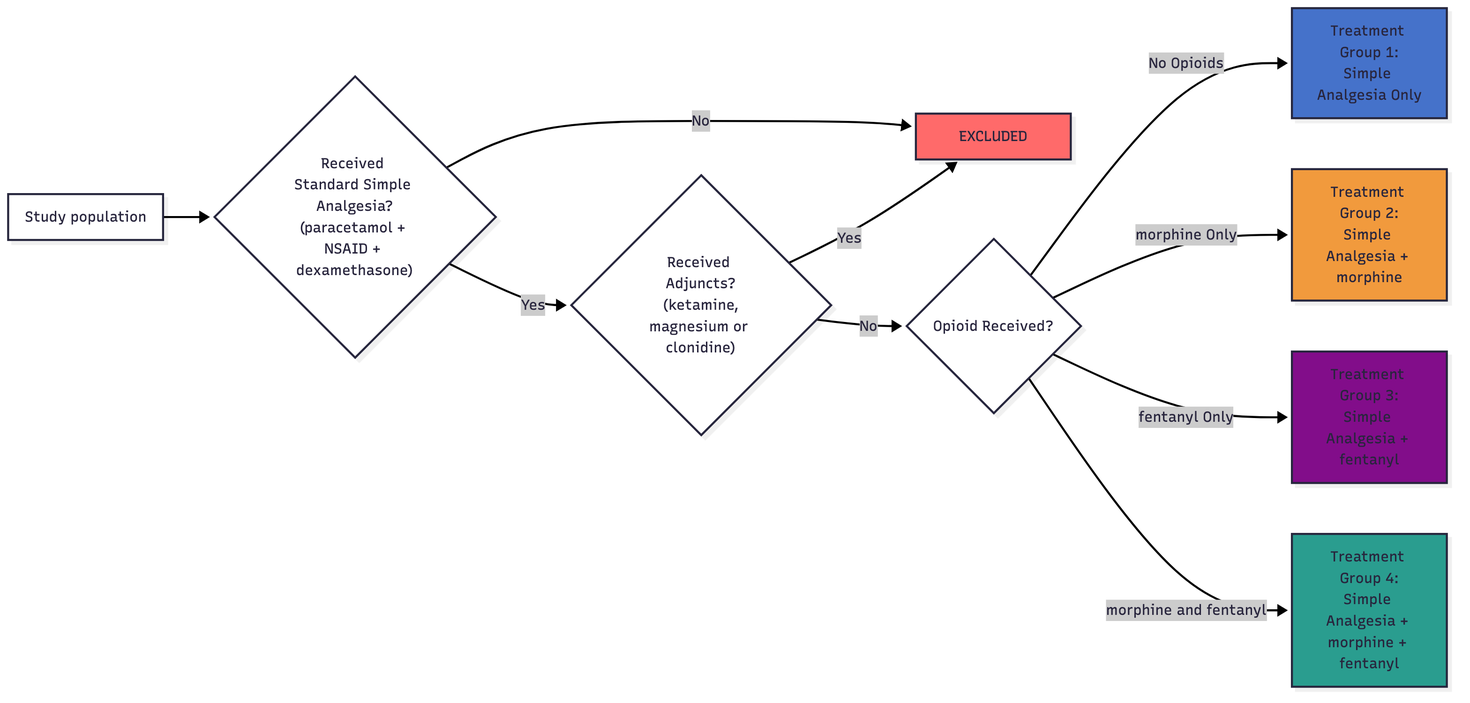
DW10/tonsillectomy_analgesia keeps this Mermaid diagram as figures/fig-mermaid-groups.png. Above is the earlier version. Its source is kept beside it as diagrams/fig-mermaid-groups.mmd. The source it was exported from:
```mermaid
---
config:
  theme: redux
  layout: dagre
---
flowchart LR

A["Study population"] --> B{"Received Standard Simple analgesia?<br>(paracetamol + NSAID + dexamethasone)"}

B -- No --> C["EXCLUDED"]

B -- Yes --> D{"Received Adjuncts?<br> (ketamine, magnesium or clonidine)"}

D -- Yes --> C

D -- No --> F{"Opioid Received?"}

F -- no opioids --> G["Treatment Group 1:<br>Simple analgesia only"]

F -- morphine only --> H["Treatment Group 2:<br>Simple analgesia + morphine"]

F -- fentanyl only --> I["Treatment Group 3:<br>Simple analgesia + fentanyl"]

F -- morphine and fentanyl --> J["Treatment Group 4:<br>Simple analgesia + morphine + fentanyl"]

style C fill:#ffbcbc
style G fill:#abc0e7
style H fill:#f9d2a8
style I fill:#c791ca
style J fill:#9fd3cd
```
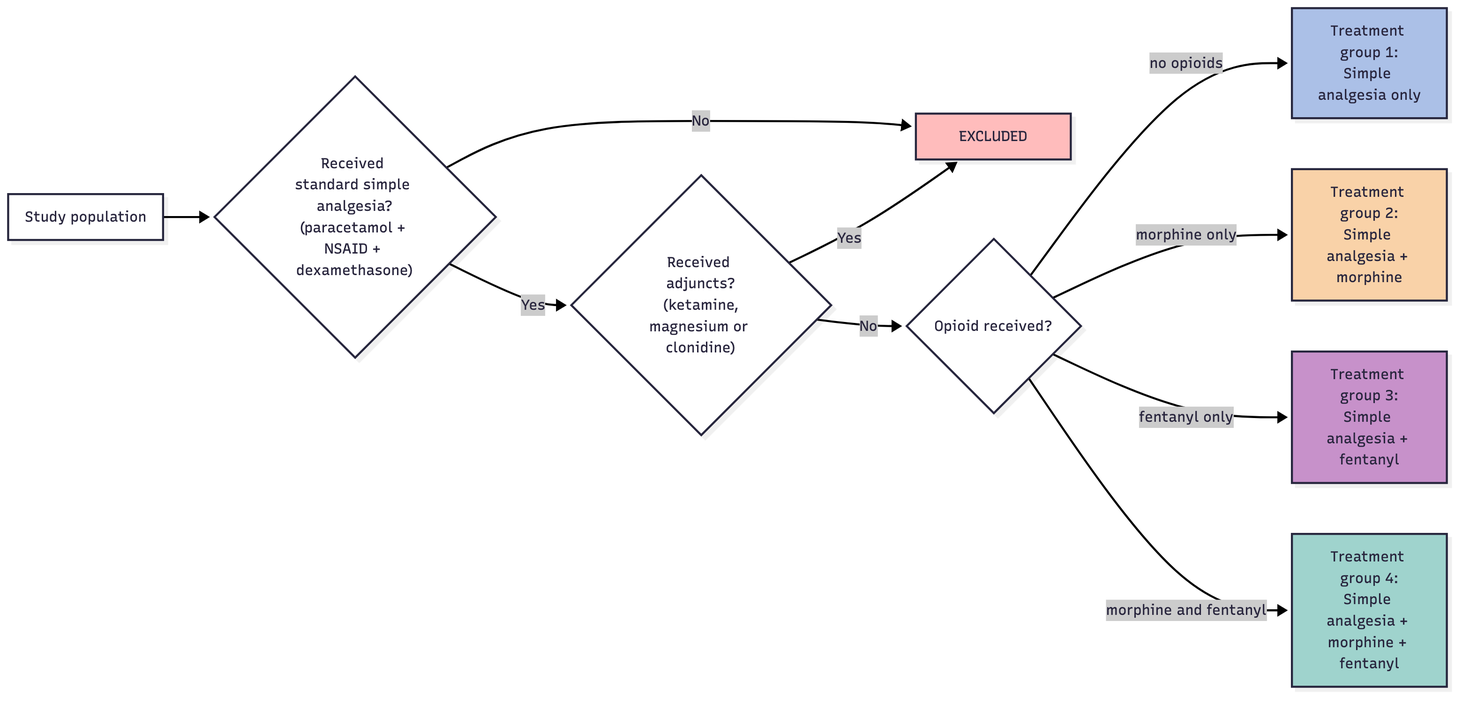
Later version of the same file.

What changed in the source:
```diff
@@ -5,23 +5,23 @@
 ---
 flowchart LR
 
-A["Study population"] --> B{"Received Standard Simple analgesia?<br>(paracetamol + NSAID + dexamethasone)"}
+A["Study population"] --> B{"Received standard simple analgesia?<br>(paracetamol + NSAID + dexamethasone)"}
 
 B -- No --> C["EXCLUDED"]
 
-B -- Yes --> D{"Received Adjuncts?<br> (ketamine, magnesium or clonidine)"}
+B -- Yes --> D{"Received adjuncts?<br> (ketamine, magnesium or clonidine)"}
 
 D -- Yes --> C
 
-D -- No --> F{"Opioid Received?"}
+D -- No --> F{"Opioid received?"}
 
-F -- no opioids --> G["Treatment Group 1:<br>Simple analgesia only"]
+F -- no opioids --> G["Treatment group 1:<br>Simple analgesia only"]
 
-F -- morphine only --> H["Treatment Group 2:<br>Simple analgesia + morphine"]
+F -- morphine only --> H["Treatment group 2:<br>Simple analgesia + morphine"]
 
-F -- fentanyl only --> I["Treatment Group 3:<br>Simple analgesia + fentanyl"]
+F -- fentanyl only --> I["Treatment group 3:<br>Simple analgesia + fentanyl"]
 
-F -- morphine and fentanyl --> J["Treatment Group 4:<br>Simple analgesia + morphine + fentanyl"]
+F -- morphine and fentanyl --> J["Treatment group 4:<br>Simple analgesia + morphine + fentanyl"]
 
 style C fill:#ffbcbc
 style G fill:#abc0e7
```
